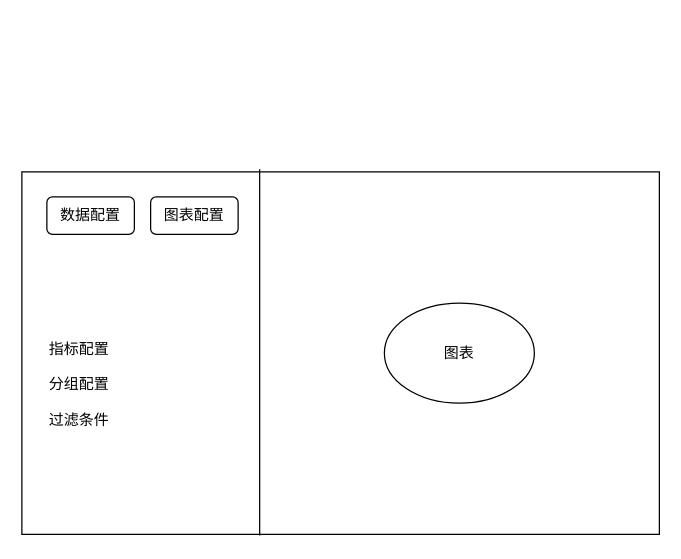
Before: 未命名表单.drawio in tommyfok/fs-study, a draw.io diagram. Source tidied: cells renumbered, new cells numbered last; positions are measured from the earlier drawing's top-left corner, leaving out a move shared by most shapes. Both pictures are drawn from the tidied source at 125%, with x=0, y=0 at pixel (21, 171).
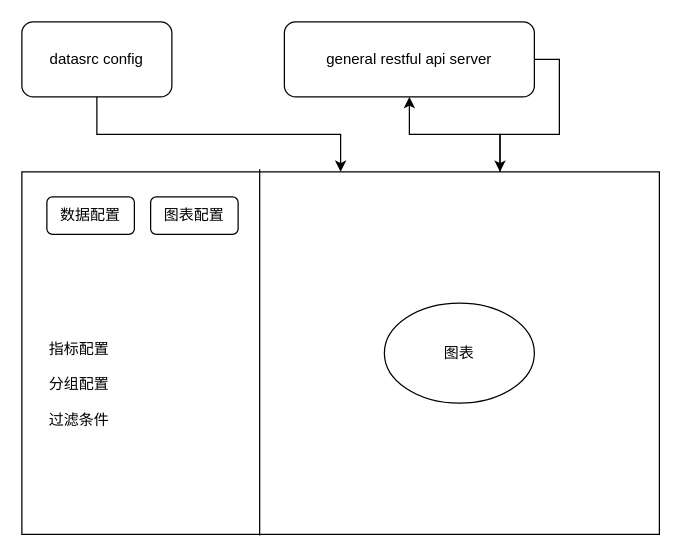
The same page after the edit.

Commit message (it also covers changes not shown here):
更新未命名表单.drawio

Diff of the diagram source:
```diff
@@
 <mxGraphModel>
   <root>
     <mxCell id="0" />
     <mxCell id="1" parent="0" />
+    <mxCell id="8" style="edgeStyle=orthogonalEdgeStyle;rounded=0;jettySize=auto;html=1;exitX=0.75;exitY=0;exitDx=0;exitDy=0;entryX=0.5;entryY=1;entryDx=0;entryDy=0;" parent="1" edge="1" source="2" target="10">
+      <mxGeometry relative="1" as="geometry" />
+    </mxCell>
     <mxCell id="2" style="rounded=0;whiteSpace=wrap;html=1;" parent="1" vertex="1">
       <mxGeometry width="510" height="290" as="geometry" />
     </mxCell>
     <mxCell id="3" value="数据配置" style="rounded=1;whiteSpace=wrap;html=1;" parent="1" vertex="1">
       <mxGeometry x="20" y="20" width="70" height="30" as="geometry" />
     </mxCell>
     <mxCell id="4" value="图表配置" style="rounded=1;whiteSpace=wrap;html=1;" parent="1" vertex="1">
       <mxGeometry x="103" y="20" width="70" height="30" as="geometry" />
     </mxCell>
     <mxCell id="5" style="endArrow=none;html=1;entryX=0.373;entryY=-0.007;entryDx=0;entryDy=0;entryPerimeter=0;exitX=0.373;exitY=1.003;exitDx=0;exitDy=0;exitPerimeter=0;" parent="1" edge="1" source="2" target="2">
       <mxGeometry relative="1" as="geometry" />
     </mxCell>
     <mxCell id="6" value="指标配置&lt;br&gt;&lt;br&gt;分组配置&lt;br&gt;&lt;br&gt;过滤条件" style="text;html=1;strokeColor=none;fillColor=none;align=left;verticalAlign=middle;whiteSpace=wrap;rounded=0;" parent="1" vertex="1">
       <mxGeometry x="20" y="80" width="90" height="180" as="geometry" />
     </mxCell>
     <mxCell id="7" value="图表" style="ellipse;whiteSpace=wrap;html=1;align=center;" parent="1" vertex="1">
       <mxGeometry x="290" y="105" width="120" height="80" as="geometry" />
     </mxCell>
+    <mxCell id="9" style="edgeStyle=orthogonalEdgeStyle;rounded=0;jettySize=auto;html=1;exitX=1;exitY=0.5;exitDx=0;exitDy=0;entryX=0.75;entryY=0;entryDx=0;entryDy=0;" parent="1" edge="1" source="10" target="2">
+      <mxGeometry relative="1" as="geometry" />
+    </mxCell>
+    <mxCell id="10" value="general restful api server" style="rounded=1;whiteSpace=wrap;html=1;align=center;" parent="1" vertex="1">
+      <mxGeometry x="210" y="-120" width="200" height="60" as="geometry" />
+    </mxCell>
+    <mxCell id="11" style="edgeStyle=orthogonalEdgeStyle;rounded=0;jettySize=auto;html=1;exitX=0.5;exitY=1;exitDx=0;exitDy=0;" parent="1" edge="1" source="12" target="2">
+      <mxGeometry relative="1" as="geometry" />
+    </mxCell>
+    <mxCell id="12" value="datasrc config" style="rounded=1;whiteSpace=wrap;html=1;align=center;" parent="1" vertex="1">
+      <mxGeometry y="-120" width="120" height="60" as="geometry" />
+    </mxCell>
   </root>
 </mxGraphModel>
```
